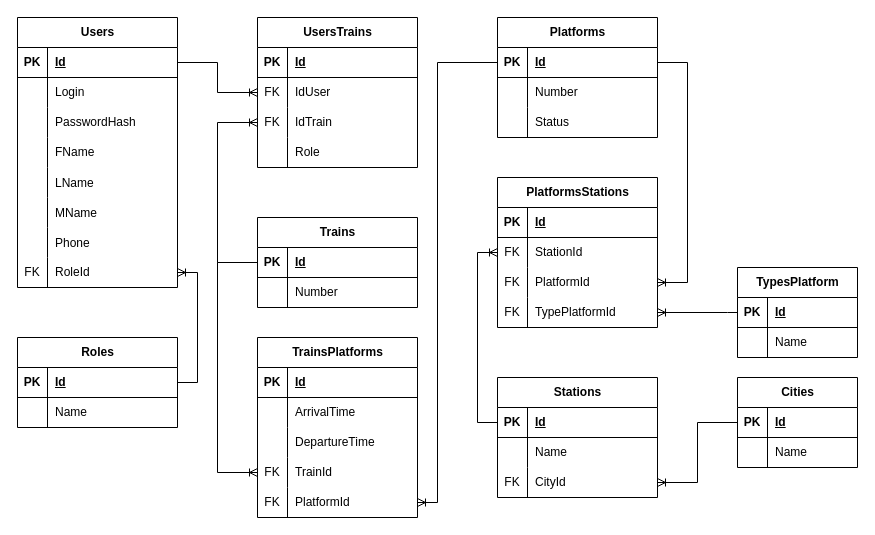
This is page "Страница — 2" (2 of 3) of Docks/Diagrams/TrainDiagrams.drawio from vladosss5/TrainTimings, a draw.io file, before an edit. Source tidied: cells renumbered, new cells numbered last; positions are measured from the earlier drawing's top-left corner, leaving out a move shared by most shapes. Both pictures are drawn from the tidied source at 100%, with x=0, y=0 at pixel (17, 17).
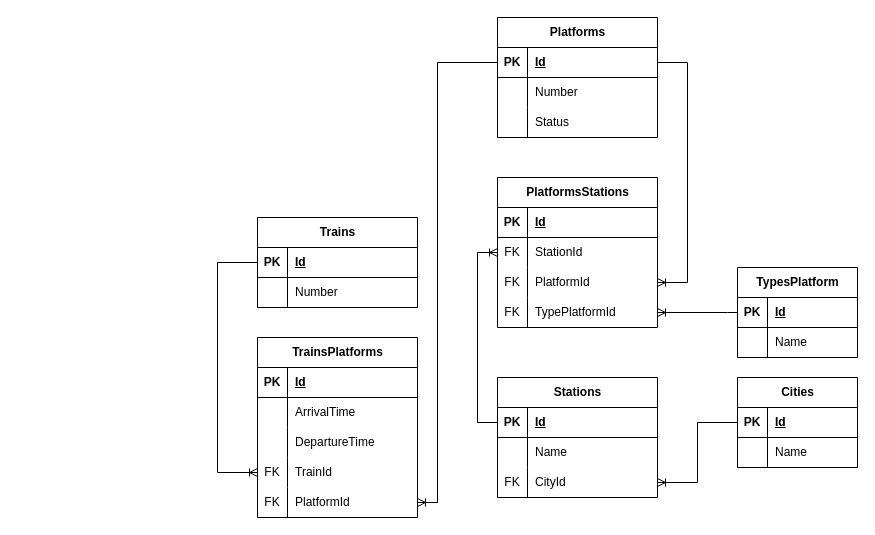
After the change.

The change refers to these unchanged cells:
```xml
<mxCell id="35" style="shape=tableRow;horizontal=0;startSize=0;swimlaneHead=0;swimlaneBody=0;fillColor=none;points=[[0,0.5],[1,0.5]];portConstraint=eastwest;top=0;left=0;right=0;bottom=1;" parent="34" vertex="1">
  <mxGeometry y="30" width="160" height="30" as="geometry" />
</mxCell>
```

Change to the diagram source:
```diff
@@
-    <mxCell id="2" value="Users" style="shape=table;startSize=30;childLayout=tableLayout;rowLines=0;fontStyle=1;align=center;html=1;" parent="1" vertex="1">
-      <mxGeometry width="160" height="270" as="geometry" />
-    </mxCell>
-    <mxCell id="3" style="shape=tableRow;horizontal=0;startSize=0;swimlaneHead=0;swimlaneBody=0;fillColor=none;points=[[0,0.5],[1,0.5]];portConstraint=eastwest;top=0;left=0;right=0;bottom=1;" parent="2" vertex="1">
-      <mxGeometry y="30" width="160" height="30" as="geometry" />
-    </mxCell>
-    <mxCell id="4" value="PK" style="shape=partialRectangle;fillColor=none;top=0;left=0;bottom=0;right=0;fontStyle=1;overflow=hidden;whiteSpace=wrap;html=1;" parent="3" vertex="1">
-      <mxGeometry width="30" height="30" as="geometry" />
-    </mxCell>
-    <mxCell id="5" value="Id" style="shape=partialRectangle;fillColor=none;top=0;left=0;bottom=0;right=0;align=left;spacingLeft=6;fontStyle=5;overflow=hidden;whiteSpace=wrap;html=1;" parent="3" vertex="1">
-      <mxGeometry x="30" width="130" height="30" as="geometry" />
-    </mxCell>
-    <mxCell id="6" style="shape=tableRow;horizontal=0;startSize=0;swimlaneHead=0;swimlaneBody=0;fillColor=none;top=0;left=0;right=0;bottom=0;" parent="2" vertex="1">
-      <mxGeometry y="60" width="160" height="30" as="geometry" />
-    </mxCell>
-    <mxCell id="7" style="shape=partialRectangle;fillColor=none;top=0;left=0;bottom=0;right=0;overflow=hidden;whiteSpace=wrap;html=1;" parent="6" vertex="1">
-      <mxGeometry width="30" height="30" as="geometry" />
-    </mxCell>
-    <mxCell id="8" value="Login" style="shape=partialRectangle;fillColor=none;top=0;left=0;bottom=0;right=0;align=left;spacingLeft=6;overflow=hidden;whiteSpace=wrap;html=1;" parent="6" vertex="1">
-      <mxGeometry x="30" width="130" height="30" as="geometry" />
-    </mxCell>
-    <mxCell id="9" style="shape=tableRow;horizontal=0;startSize=0;swimlaneHead=0;swimlaneBody=0;fillColor=none;top=0;left=0;right=0;bottom=0;" parent="2" vertex="1">
-      <mxGeometry y="90" width="160" height="30" as="geometry" />
-    </mxCell>
-    <mxCell id="10" style="shape=partialRectangle;fillColor=none;top=0;left=0;bottom=0;right=0;overflow=hidden;whiteSpace=wrap;html=1;" parent="9" vertex="1">
-      <mxGeometry width="30" height="30" as="geometry" />
-    </mxCell>
-    <mxCell id="11" value="PasswordHash" style="shape=partialRectangle;fillColor=none;top=0;left=0;bottom=0;right=0;align=left;spacingLeft=6;overflow=hidden;whiteSpace=wrap;html=1;" parent="9" vertex="1">
-      <mxGeometry x="30" width="130" height="30" as="geometry" />
-    </mxCell>
-    <mxCell id="12" style="shape=tableRow;horizontal=0;startSize=0;swimlaneHead=0;swimlaneBody=0;fillColor=none;top=0;left=0;right=0;bottom=0;" parent="2" vertex="1">
-      <mxGeometry y="120" width="160" height="30" as="geometry" />
-    </mxCell>
-    <mxCell id="13" style="shape=partialRectangle;fillColor=none;top=0;left=0;bottom=0;right=0;overflow=hidden;whiteSpace=wrap;html=1;" parent="12" vertex="1">
-      <mxGeometry width="30" height="30" as="geometry" />
-    </mxCell>
-    <mxCell id="14" value="FName" style="shape=partialRectangle;fillColor=none;top=0;left=0;bottom=0;right=0;align=left;spacingLeft=6;overflow=hidden;whiteSpace=wrap;html=1;" parent="12" vertex="1">
-      <mxGeometry x="30" width="130" height="30" as="geometry" />
-    </mxCell>
-    <mxCell id="15" style="shape=tableRow;horizontal=0;startSize=0;swimlaneHead=0;swimlaneBody=0;fillColor=none;top=0;left=0;right=0;bottom=0;" parent="2" vertex="1">
-      <mxGeometry y="150" width="160" height="30" as="geometry" />
-    </mxCell>
-    <mxCell id="16" style="shape=partialRectangle;fillColor=none;top=0;left=0;bottom=0;right=0;overflow=hidden;" parent="15" vertex="1">
-      <mxGeometry width="30" height="30" as="geometry" />
-    </mxCell>
-    <mxCell id="17" value="LName" style="shape=partialRectangle;fillColor=none;top=0;left=0;bottom=0;right=0;align=left;spacingLeft=6;overflow=hidden;" parent="15" vertex="1">
-      <mxGeometry x="30" width="130" height="30" as="geometry" />
-    </mxCell>
-    <mxCell id="18" style="shape=tableRow;horizontal=0;startSize=0;swimlaneHead=0;swimlaneBody=0;fillColor=none;top=0;left=0;right=0;bottom=0;" parent="2" vertex="1">
-      <mxGeometry y="180" width="160" height="30" as="geometry" />
-    </mxCell>
-    <mxCell id="19" style="shape=partialRectangle;fillColor=none;top=0;left=0;bottom=0;right=0;overflow=hidden;" parent="18" vertex="1">
-      <mxGeometry width="30" height="30" as="geometry" />
-    </mxCell>
-    <mxCell id="20" value="MName" style="shape=partialRectangle;fillColor=none;top=0;left=0;bottom=0;right=0;align=left;spacingLeft=6;overflow=hidden;" parent="18" vertex="1">
-      <mxGeometry x="30" width="130" height="30" as="geometry" />
-    </mxCell>
-    <mxCell id="21" style="shape=tableRow;horizontal=0;startSize=0;swimlaneHead=0;swimlaneBody=0;fillColor=none;top=0;left=0;right=0;bottom=0;" parent="2" vertex="1">
-      <mxGeometry y="210" width="160" height="30" as="geometry" />
-    </mxCell>
-    <mxCell id="22" style="shape=partialRectangle;fillColor=none;top=0;left=0;bottom=0;right=0;overflow=hidden;" parent="21" vertex="1">
-      <mxGeometry width="30" height="30" as="geometry" />
-    </mxCell>
-    <mxCell id="23" value="Phone" style="shape=partialRectangle;fillColor=none;top=0;left=0;bottom=0;right=0;align=left;spacingLeft=6;overflow=hidden;" parent="21" vertex="1">
-      <mxGeometry x="30" width="130" height="30" as="geometry" />
-    </mxCell>
-    <mxCell id="24" style="shape=tableRow;horizontal=0;startSize=0;swimlaneHead=0;swimlaneBody=0;fillColor=none;points=[[0,0.5],[1,0.5]];portConstraint=eastwest;top=0;left=0;right=0;bottom=0;" parent="2" vertex="1">
-      <mxGeometry y="240" width="160" height="30" as="geometry" />
-    </mxCell>
-    <mxCell id="25" value="FK" style="shape=partialRectangle;fillColor=none;top=0;left=0;bottom=0;right=0;fontStyle=0;overflow=hidden;whiteSpace=wrap;html=1;" parent="24" vertex="1">
-      <mxGeometry width="30" height="30" as="geometry" />
-    </mxCell>
-    <mxCell id="26" value="RoleId" style="shape=partialRectangle;fillColor=none;top=0;left=0;bottom=0;right=0;align=left;spacingLeft=6;fontStyle=0;overflow=hidden;whiteSpace=wrap;html=1;" parent="24" vertex="1">
-      <mxGeometry x="30" width="130" height="30" as="geometry" />
-    </mxCell>
-    <mxCell id="27" value="Roles" style="shape=table;startSize=30;childLayout=tableLayout;rowLines=0;fontStyle=1;align=center;html=1;" parent="1" vertex="1">
-      <mxGeometry y="320" width="160" height="90" as="geometry" />
-    </mxCell>
-    <mxCell id="28" style="shape=tableRow;horizontal=0;startSize=0;swimlaneHead=0;swimlaneBody=0;fillColor=none;points=[[0,0.5],[1,0.5]];portConstraint=eastwest;top=0;left=0;right=0;bottom=1;" parent="27" vertex="1">
-      <mxGeometry y="30" width="160" height="30" as="geometry" />
-    </mxCell>
-    <mxCell id="29" value="PK" style="shape=partialRectangle;fillColor=none;top=0;left=0;bottom=0;right=0;fontStyle=1;overflow=hidden;whiteSpace=wrap;html=1;" parent="28" vertex="1">
-      <mxGeometry width="30" height="30" as="geometry" />
-    </mxCell>
-    <mxCell id="30" value="Id" style="shape=partialRectangle;fillColor=none;top=0;left=0;bottom=0;right=0;align=left;spacingLeft=6;fontStyle=5;overflow=hidden;whiteSpace=wrap;html=1;" parent="28" vertex="1">
-      <mxGeometry x="30" width="130" height="30" as="geometry" />
-    </mxCell>
-    <mxCell id="31" style="shape=tableRow;horizontal=0;startSize=0;swimlaneHead=0;swimlaneBody=0;fillColor=none;top=0;left=0;right=0;bottom=0;" parent="27" vertex="1">
-      <mxGeometry y="60" width="160" height="30" as="geometry" />
-    </mxCell>
-    <mxCell id="32" style="shape=partialRectangle;fillColor=none;top=0;left=0;bottom=0;right=0;overflow=hidden;whiteSpace=wrap;html=1;" parent="31" vertex="1">
-      <mxGeometry width="30" height="30" as="geometry" />
-    </mxCell>
-    <mxCell id="33" value="Name" style="shape=partialRectangle;fillColor=none;top=0;left=0;bottom=0;right=0;align=left;spacingLeft=6;overflow=hidden;whiteSpace=wrap;html=1;" parent="31" vertex="1">
-      <mxGeometry x="30" width="130" height="30" as="geometry" />
-    </mxCell>
@@
-    <mxCell id="41" value="UsersTrains" style="shape=table;startSize=30;childLayout=tableLayout;rowLines=0;fontStyle=1;align=center;html=1;" parent="1" vertex="1">
-      <mxGeometry x="240" width="160" height="150" as="geometry" />
-    </mxCell>
-    <mxCell id="42" style="shape=tableRow;horizontal=0;startSize=0;swimlaneHead=0;swimlaneBody=0;fillColor=none;top=0;left=0;right=0;bottom=1;" parent="41" vertex="1">
-      <mxGeometry y="30" width="160" height="30" as="geometry" />
-    </mxCell>
-    <mxCell id="43" value="PK" style="shape=partialRectangle;fillColor=none;top=0;left=0;bottom=0;right=0;fontStyle=1;overflow=hidden;whiteSpace=wrap;html=1;" parent="42" vertex="1">
-      <mxGeometry width="30" height="30" as="geometry" />
-    </mxCell>
-    <mxCell id="44" value="Id" style="shape=partialRectangle;fillColor=none;top=0;left=0;bottom=0;right=0;align=left;spacingLeft=6;fontStyle=5;overflow=hidden;whiteSpace=wrap;html=1;" parent="42" vertex="1">
-      <mxGeometry x="30" width="130" height="30" as="geometry" />
-    </mxCell>
-    <mxCell id="45" style="shape=tableRow;horizontal=0;startSize=0;swimlaneHead=0;swimlaneBody=0;fillColor=none;points=[[0,0.5],[1,0.5]];portConstraint=eastwest;top=0;left=0;right=0;bottom=0;" parent="41" vertex="1">
-      <mxGeometry y="60" width="160" height="30" as="geometry" />
-    </mxCell>
-    <mxCell id="46" value="FK" style="shape=partialRectangle;fillColor=none;top=0;left=0;bottom=0;right=0;overflow=hidden;whiteSpace=wrap;html=1;" parent="45" vertex="1">
-      <mxGeometry width="30" height="30" as="geometry" />
-    </mxCell>
-    <mxCell id="47" value="IdUser" style="shape=partialRectangle;fillColor=none;top=0;left=0;bottom=0;right=0;align=left;spacingLeft=6;overflow=hidden;whiteSpace=wrap;html=1;" parent="45" vertex="1">
-      <mxGeometry x="30" width="130" height="30" as="geometry" />
-    </mxCell>
-    <mxCell id="48" style="shape=tableRow;horizontal=0;startSize=0;swimlaneHead=0;swimlaneBody=0;fillColor=none;points=[[0,0.5],[1,0.5]];portConstraint=eastwest;top=0;left=0;right=0;bottom=0;" parent="41" vertex="1">
-      <mxGeometry y="90" width="160" height="30" as="geometry" />
-    </mxCell>
-    <mxCell id="49" value="FK" style="shape=partialRectangle;fillColor=none;top=0;left=0;bottom=0;right=0;overflow=hidden;whiteSpace=wrap;html=1;" parent="48" vertex="1">
-      <mxGeometry width="30" height="30" as="geometry" />
-    </mxCell>
-    <mxCell id="50" value="IdTrain" style="shape=partialRectangle;fillColor=none;top=0;left=0;bottom=0;right=0;align=left;spacingLeft=6;overflow=hidden;whiteSpace=wrap;html=1;" parent="48" vertex="1">
-      <mxGeometry x="30" width="130" height="30" as="geometry" />
-    </mxCell>
-    <mxCell id="51" style="shape=tableRow;horizontal=0;startSize=0;swimlaneHead=0;swimlaneBody=0;fillColor=none;top=0;left=0;right=0;bottom=0;" parent="41" vertex="1">
-      <mxGeometry y="120" width="160" height="30" as="geometry" />
-    </mxCell>
-    <mxCell id="52" style="shape=partialRectangle;fillColor=none;top=0;left=0;bottom=0;right=0;overflow=hidden;whiteSpace=wrap;html=1;" parent="51" vertex="1">
-      <mxGeometry width="30" height="30" as="geometry" />
-    </mxCell>
-    <mxCell id="53" value="Role" style="shape=partialRectangle;fillColor=none;top=0;left=0;bottom=0;right=0;align=left;spacingLeft=6;overflow=hidden;whiteSpace=wrap;html=1;" parent="51" vertex="1">
-      <mxGeometry x="30" width="130" height="30" as="geometry" />
-    </mxCell>
@@
-    <mxCell id="117" style="edgeStyle=orthogonalEdgeStyle;fontSize=12;html=1;endArrow=ERoneToMany;rounded=0;" parent="1" edge="1" source="28" target="24">
-      <mxGeometry relative="1" as="geometry">
-        <Array as="points">
-          <mxPoint x="180" y="365" />
-          <mxPoint x="180" y="255" />
-        </Array>
-      </mxGeometry>
-    </mxCell>
-    <mxCell id="118" style="edgeStyle=orthogonalEdgeStyle;fontSize=12;html=1;endArrow=ERoneToMany;rounded=0;" parent="1" edge="1" source="3" target="45">
-      <mxGeometry relative="1" as="geometry" />
-    </mxCell>
-    <mxCell id="119" style="edgeStyle=orthogonalEdgeStyle;fontSize=12;html=1;endArrow=ERoneToMany;rounded=0;entryX=0;entryY=0.5;entryDx=0;entryDy=0;exitX=0;exitY=0.5;exitDx=0;exitDy=0;" parent="1" edge="1" source="35" target="48">
-      <mxGeometry relative="1" as="geometry">
-        <Array as="points">
-          <mxPoint x="200" y="245" />
-          <mxPoint x="200" y="105" />
-        </Array>
-      </mxGeometry>
-    </mxCell>
```
